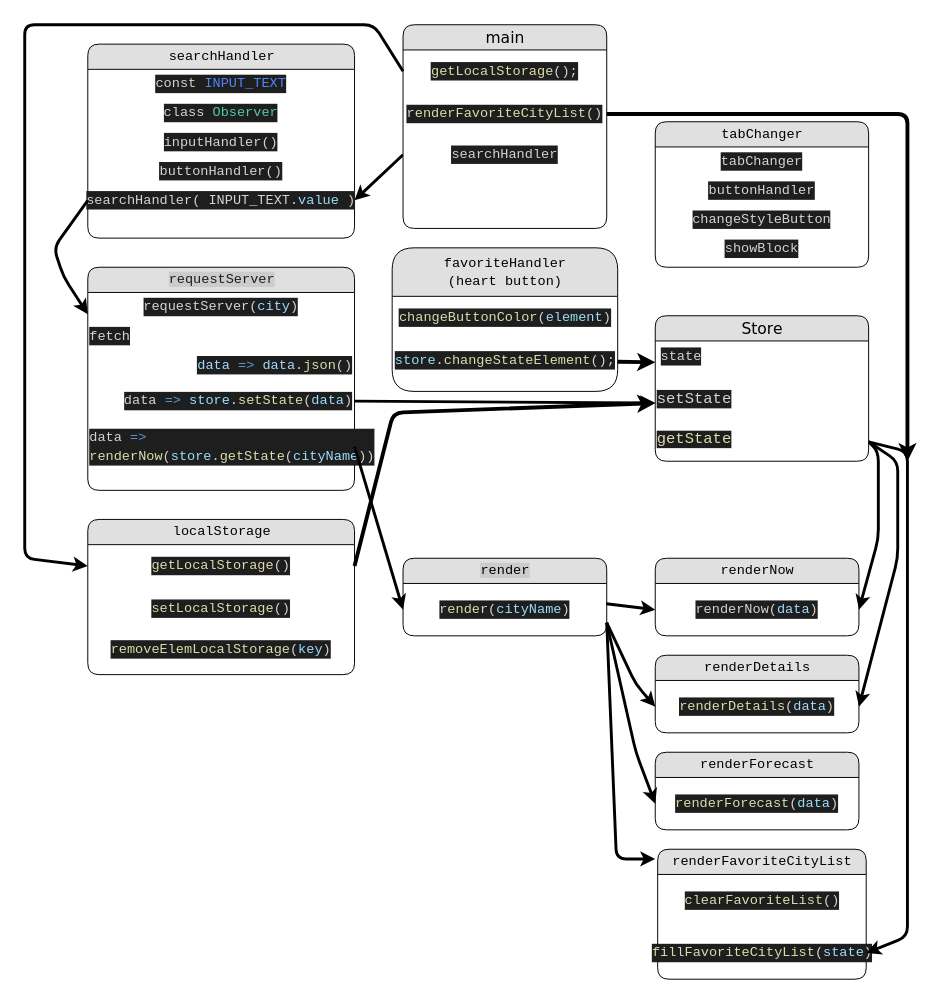
yrgenius/Strada.weather keeps this draw.io diagram as diagram.drawio. Above is the earlier version. Source tidied: cells renumbered, new cells numbered last; positions are measured from the earlier drawing's top-left corner, leaving out a move shared by most shapes. Both pictures are drawn from the tidied source at 97%, with x=0, y=0 at pixel (24, 24).
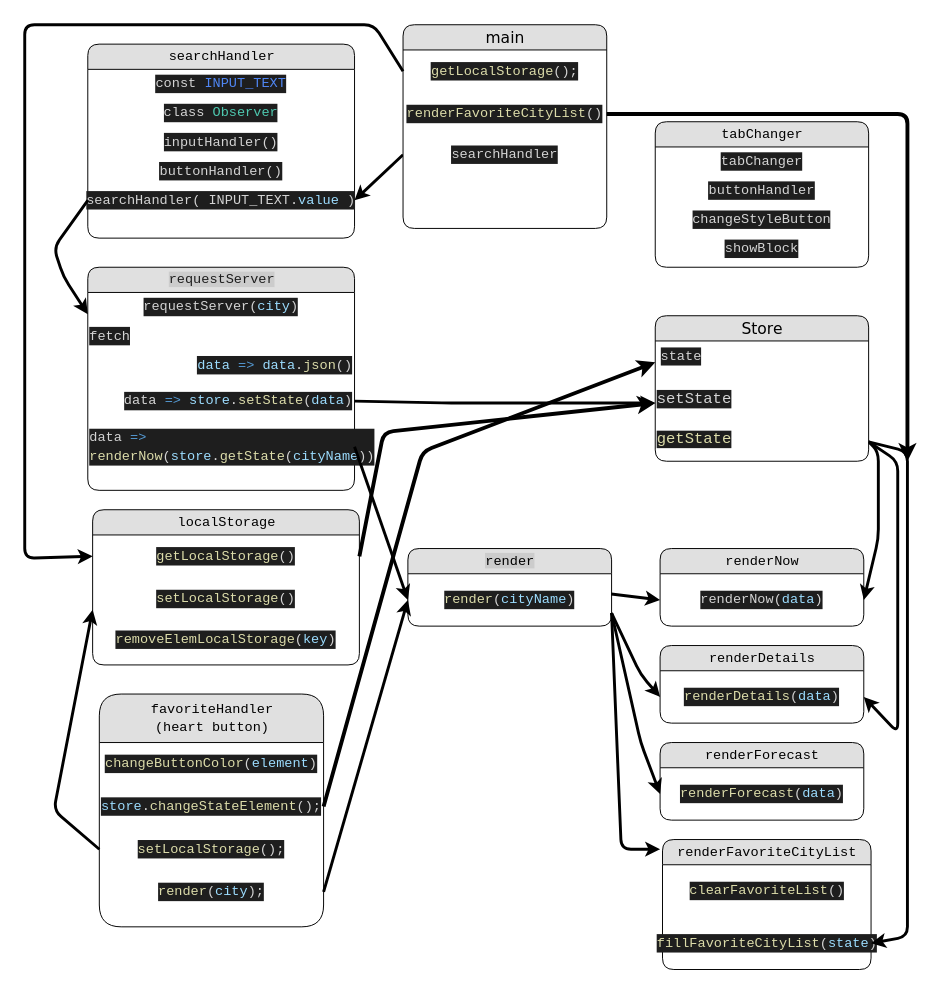
The same page after the edit.

Commit message (it also covers changes not shown here):
feat: add favorit city list

The change refers to these unchanged cells:
```xml
<mxCell id="17" value="&lt;div style=&quot;color: rgb(212, 212, 212); background-color: rgb(30, 30, 30); font-family: Consolas, &amp;quot;Courier New&amp;quot;, monospace; font-size: 14px; line-height: 19px;&quot;&gt;&lt;div style=&quot;line-height: 19px;&quot;&gt;&lt;div style=&quot;line-height: 19px;&quot;&gt;data &lt;span style=&quot;color: #569cd6;&quot;&gt;=&amp;gt;&lt;/span&gt; &lt;span style=&quot;color: #9cdcfe;&quot;&gt;store&lt;/span&gt;.&lt;span style=&quot;color: #dcdcaa;&quot;&gt;setState&lt;/span&gt;(&lt;span style=&quot;color: #9cdcfe;&quot;&gt;data&lt;/span&gt;)&lt;/div&gt;&lt;/div&gt;&lt;/div&gt;" style="text;html=1;strokeColor=none;fillColor=none;align=right;verticalAlign=middle;whiteSpace=wrap;rounded=0;strokeWidth=4;" parent="13" vertex="1">
  <mxGeometry y="116" width="275" height="44" as="geometry" />
</mxCell>
<mxCell id="20" value="&lt;div style=&quot;color: rgb(212, 212, 212); background-color: rgb(30, 30, 30); font-family: Consolas, &amp;quot;Courier New&amp;quot;, monospace; font-size: 14px; line-height: 19px;&quot;&gt;&lt;div style=&quot;line-height: 19px;&quot;&gt;&lt;div style=&quot;line-height: 19px;&quot;&gt;&lt;span style=&quot;color: #dcdcaa;&quot;&gt;render&lt;/span&gt;(&lt;span style=&quot;color: #9cdcfe;&quot;&gt;cityName&lt;/span&gt;)&lt;/div&gt;&lt;/div&gt;&lt;/div&gt;" style="text;html=1;strokeColor=none;fillColor=none;align=center;verticalAlign=middle;whiteSpace=wrap;rounded=0;strokeWidth=4;" parent="19" vertex="1">
  <mxGeometry y="26" width="210" height="54" as="geometry" />
</mxCell>
<mxCell id="29" value="&lt;div style=&quot;color: rgb(212, 212, 212); background-color: rgb(30, 30, 30); font-family: Consolas, &amp;quot;Courier New&amp;quot;, monospace; font-size: 14px; line-height: 19px;&quot;&gt;&lt;div style=&quot;line-height: 19px;&quot;&gt;&lt;div style=&quot;line-height: 19px;&quot;&gt;&lt;div style=&quot;line-height: 19px;&quot;&gt;&lt;span style=&quot;color: #dcdcaa;&quot;&gt;renderDetails&lt;/span&gt;(&lt;span style=&quot;color: #9cdcfe;&quot;&gt;data&lt;/span&gt;)&lt;/div&gt;&lt;/div&gt;&lt;/div&gt;&lt;/div&gt;" style="text;html=1;strokeColor=none;fillColor=none;align=center;verticalAlign=middle;whiteSpace=wrap;rounded=0;strokeWidth=4;" parent="28" vertex="1">
  <mxGeometry y="26" width="210" height="54" as="geometry" />
</mxCell>
<mxCell id="34" value="&lt;div style=&quot;color: rgb(212, 212, 212); background-color: rgb(30, 30, 30); font-family: Consolas, &amp;quot;Courier New&amp;quot;, monospace; font-size: 14px; line-height: 19px;&quot;&gt;state&lt;/div&gt;" style="text;html=1;strokeColor=none;fillColor=none;spacingLeft=4;spacingRight=4;whiteSpace=wrap;overflow=hidden;points=[[0,0.5],[1,0.5]];portConstraint=eastwest;" parent="33" vertex="1">
  <mxGeometry y="26" width="220" height="44" as="geometry" />
</mxCell>
<mxCell id="35" value="&lt;div style=&quot;color: rgb(212, 212, 212); background-color: rgb(30, 30, 30); font-family: Consolas, &amp;quot;Courier New&amp;quot;, monospace; font-weight: normal; font-size: 16px; line-height: 19px;&quot;&gt;&lt;div style=&quot;line-height: 19px; font-size: 16px;&quot;&gt;setState&lt;/div&gt;&lt;/div&gt;" style="text;whiteSpace=wrap;html=1;arcSize=12;fontSize=16;" parent="33" vertex="1">
  <mxGeometry y="70" width="220" height="40" as="geometry" />
</mxCell>
<mxCell id="36" value="&lt;div style=&quot;&quot;&gt;&lt;span style=&quot;background-color: rgb(30, 30, 30); color: rgb(220, 220, 170); font-family: Consolas, &amp;quot;Courier New&amp;quot;, monospace;&quot;&gt;getState&lt;/span&gt;&lt;/div&gt;" style="text;whiteSpace=wrap;html=1;arcSize=12;fontSize=16;align=left;" parent="33" vertex="1">
  <mxGeometry y="110" width="220" height="40" as="geometry" />
</mxCell>
<mxCell id="42" value="&lt;div style=&quot;color: rgb(212, 212, 212); background-color: rgb(30, 30, 30); font-family: Consolas, &amp;quot;Courier New&amp;quot;, monospace; font-size: 14px; line-height: 19px;&quot;&gt;&lt;div style=&quot;line-height: 19px;&quot;&gt;&lt;div style=&quot;line-height: 19px;&quot;&gt;&lt;div style=&quot;line-height: 19px;&quot;&gt;&lt;span style=&quot;color: #dcdcaa;&quot;&gt;getLocalStorage&lt;/span&gt;()&lt;/div&gt;&lt;/div&gt;&lt;/div&gt;&lt;/div&gt;" style="text;html=1;strokeColor=none;fillColor=none;align=center;verticalAlign=middle;whiteSpace=wrap;rounded=0;strokeWidth=4;" parent="41" vertex="1">
  <mxGeometry y="26" width="275" height="44" as="geometry" />
</mxCell>
<mxCell id="43" value="&lt;div style=&quot;color: rgb(212, 212, 212); background-color: rgb(30, 30, 30); font-family: Consolas, &amp;quot;Courier New&amp;quot;, monospace; font-size: 14px; line-height: 19px;&quot;&gt;&lt;div style=&quot;line-height: 19px;&quot;&gt;&lt;span style=&quot;color: #dcdcaa;&quot;&gt;setLocalStorage&lt;/span&gt;()&lt;/div&gt;&lt;/div&gt;" style="text;html=1;strokeColor=none;fillColor=none;align=center;verticalAlign=middle;whiteSpace=wrap;rounded=0;strokeWidth=4;" parent="41" vertex="1">
  <mxGeometry y="70" width="275" height="44" as="geometry" />
</mxCell>
<mxCell id="53" value="&lt;div style=&quot;color: rgb(212, 212, 212); background-color: rgb(30, 30, 30); font-family: Consolas, &amp;quot;Courier New&amp;quot;, monospace; font-size: 14px; line-height: 19px;&quot;&gt;&lt;div style=&quot;line-height: 19px;&quot;&gt;&lt;div style=&quot;line-height: 19px;&quot;&gt;&lt;div style=&quot;line-height: 19px;&quot;&gt;&lt;span style=&quot;color: #dcdcaa;&quot;&gt;renderForecast&lt;/span&gt;(&lt;span style=&quot;color: #9cdcfe;&quot;&gt;data&lt;/span&gt;)&lt;/div&gt;&lt;/div&gt;&lt;/div&gt;&lt;/div&gt;" style="text;html=1;strokeColor=none;fillColor=none;align=center;verticalAlign=middle;whiteSpace=wrap;rounded=0;strokeWidth=4;" parent="52" vertex="1">
  <mxGeometry y="26" width="210" height="54" as="geometry" />
</mxCell>
```

Change to the diagram source:
```diff
@@
     <mxCell id="19" value="&lt;div style=&quot;font-family: Consolas, &amp;quot;Courier New&amp;quot;, monospace; font-size: 14px; line-height: 19px;&quot;&gt;&lt;span style=&quot;background-color: rgb(204, 204, 204);&quot;&gt;&lt;font color=&quot;#000000&quot;&gt;render&lt;/font&gt;&lt;/span&gt;&lt;/div&gt;" style="swimlane;html=1;fontStyle=0;horizontal=1;startSize=26;fillColor=#e0e0e0;swimlaneFillColor=#ffffff;align=center;rounded=1;shadow=0;comic=0;labelBackgroundColor=none;strokeWidth=1;fontFamily=Verdana;fontSize=12;" parent="1" vertex="1">
-      <mxGeometry x="390" y="550" width="210" height="80" as="geometry" />
+      <mxGeometry x="395" y="540" width="210" height="80" as="geometry" />
     </mxCell>
@@
     <mxCell id="23" style="edgeStyle=none;html=1;exitX=1;exitY=0.5;exitDx=0;exitDy=0;strokeColor=#000000;strokeWidth=3;entryX=0;entryY=0.5;entryDx=0;entryDy=0;" parent="1" edge="1" source="17" target="35">
-      <mxGeometry relative="1" as="geometry" />
+      <mxGeometry relative="1" as="geometry">
+        <Array as="points">
+          <mxPoint x="440" y="390" />
+        </Array>
+      </mxGeometry>
     </mxCell>
@@
     <mxCell id="25" value="&lt;div style=&quot;font-family: Consolas, &amp;quot;Courier New&amp;quot;, monospace; font-size: 14px; line-height: 19px;&quot;&gt;&lt;font style=&quot;&quot; color=&quot;#000000&quot;&gt;renderNow&lt;/font&gt;&lt;/div&gt;" style="swimlane;html=1;fontStyle=0;horizontal=1;startSize=26;fillColor=#e0e0e0;swimlaneFillColor=#ffffff;align=center;rounded=1;shadow=0;comic=0;labelBackgroundColor=none;strokeWidth=1;fontFamily=Verdana;fontSize=12;" parent="1" vertex="1">
-      <mxGeometry x="650" y="550" width="210" height="80" as="geometry" />
+      <mxGeometry x="655" y="540" width="210" height="80" as="geometry" />
     </mxCell>
@@
     <mxCell id="28" value="&lt;div style=&quot;font-family: Consolas, &amp;quot;Courier New&amp;quot;, monospace; font-size: 14px; line-height: 19px;&quot;&gt;&lt;div style=&quot;line-height: 19px;&quot;&gt;&lt;font style=&quot;&quot; color=&quot;#000000&quot;&gt;renderDetails&lt;/font&gt;&lt;/div&gt;&lt;/div&gt;" style="swimlane;html=1;fontStyle=0;horizontal=1;startSize=26;fillColor=#e0e0e0;swimlaneFillColor=#ffffff;align=center;rounded=1;shadow=0;comic=0;labelBackgroundColor=none;strokeWidth=1;fontFamily=Verdana;fontSize=12;" parent="1" vertex="1">
-      <mxGeometry x="650" y="650" width="210" height="80" as="geometry" />
+      <mxGeometry x="655" y="640" width="210" height="80" as="geometry" />
     </mxCell>
@@
     <mxCell id="30" style="edgeStyle=none;html=1;exitX=1;exitY=0.75;exitDx=0;exitDy=0;entryX=0;entryY=0.5;entryDx=0;entryDy=0;strokeColor=#000000;strokeWidth=3;" parent="1" edge="1" source="20" target="29">
       <mxGeometry relative="1" as="geometry">
         <Array as="points">
-          <mxPoint x="630" y="680" />
+          <mxPoint x="635" y="670" />
         </Array>
       </mxGeometry>
     </mxCell>
@@
     <mxCell id="32" style="edgeStyle=none;html=1;exitX=1;exitY=0.5;exitDx=0;exitDy=0;entryX=1;entryY=0.5;entryDx=0;entryDy=0;strokeColor=#000000;strokeWidth=3;" parent="1" edge="1" source="36" target="29">
       <mxGeometry relative="1" as="geometry">
         <Array as="points">
           <mxPoint x="900" y="450" />
-          <mxPoint x="900" y="550" />
+          <mxPoint x="900" y="730" />
         </Array>
       </mxGeometry>
     </mxCell>
@@
     <mxCell id="41" value="&lt;div style=&quot;font-family: Consolas, &amp;quot;Courier New&amp;quot;, monospace; font-size: 14px; line-height: 19px;&quot;&gt;&lt;font color=&quot;#000000&quot;&gt;localStorage&lt;/font&gt;&lt;/div&gt;" style="swimlane;html=1;fontStyle=0;horizontal=1;startSize=26;fillColor=#e0e0e0;swimlaneFillColor=#ffffff;align=center;rounded=1;shadow=0;comic=0;labelBackgroundColor=none;strokeWidth=1;fontFamily=Verdana;fontSize=12;" parent="1" vertex="1">
-      <mxGeometry x="65" y="510" width="275" height="160" as="geometry" />
+      <mxGeometry x="70" y="500" width="275" height="160" as="geometry" />
     </mxCell>
@@
     <mxCell id="46" value="&lt;div style=&quot;font-family: Consolas, &amp;quot;Courier New&amp;quot;, monospace; font-size: 14px; line-height: 19px;&quot;&gt;&lt;div style=&quot;line-height: 19px;&quot;&gt;&lt;div style=&quot;line-height: 19px;&quot;&gt;&lt;font color=&quot;#000000&quot;&gt;renderFavoriteCityList&lt;/font&gt;&lt;/div&gt;&lt;/div&gt;&lt;/div&gt;" style="swimlane;html=1;fontStyle=0;horizontal=1;startSize=26;fillColor=#e0e0e0;swimlaneFillColor=#ffffff;align=center;rounded=1;shadow=0;comic=0;labelBackgroundColor=none;strokeWidth=1;fontFamily=Verdana;fontSize=12;" parent="1" vertex="1">
-      <mxGeometry x="652.5" y="850" width="215" height="134" as="geometry" />
+      <mxGeometry x="657.5" y="840" width="215" height="134" as="geometry" />
     </mxCell>
@@
     <mxCell id="49" style="edgeStyle=none;html=1;exitX=1;exitY=0.75;exitDx=0;exitDy=0;strokeColor=#000000;strokeWidth=3;" parent="1" edge="1" source="20">
       <mxGeometry relative="1" as="geometry">
-        <mxPoint x="650" y="860" as="targetPoint" />
+        <mxPoint x="655" y="850" as="targetPoint" />
         <Array as="points">
-          <mxPoint x="610" y="860" />
+          <mxPoint x="615" y="850" />
         </Array>
       </mxGeometry>
     </mxCell>
@@
     <mxCell id="52" value="&lt;div style=&quot;font-family: Consolas, &amp;quot;Courier New&amp;quot;, monospace; font-size: 14px; line-height: 19px;&quot;&gt;&lt;div style=&quot;line-height: 19px;&quot;&gt;&lt;font style=&quot;&quot; color=&quot;#000000&quot;&gt;renderForecast&lt;/font&gt;&lt;/div&gt;&lt;/div&gt;" style="swimlane;html=1;fontStyle=0;horizontal=1;startSize=26;fillColor=#e0e0e0;swimlaneFillColor=#ffffff;align=center;rounded=1;shadow=0;comic=0;labelBackgroundColor=none;strokeWidth=1;fontFamily=Verdana;fontSize=12;" parent="1" vertex="1">
-      <mxGeometry x="650" y="750" width="210" height="80" as="geometry" />
+      <mxGeometry x="655" y="740" width="210" height="80" as="geometry" />
     </mxCell>
@@
     <mxCell id="54" style="edgeStyle=none;html=1;exitX=1;exitY=0.75;exitDx=0;exitDy=0;entryX=0;entryY=0.5;entryDx=0;entryDy=0;strokeColor=#000000;strokeWidth=3;" parent="1" edge="1" source="20" target="53">
       <mxGeometry relative="1" as="geometry">
         <Array as="points">
-          <mxPoint x="630" y="750" />
+          <mxPoint x="635" y="740" />
         </Array>
       </mxGeometry>
     </mxCell>
     <mxCell id="55" value="&lt;div style=&quot;font-family: Consolas, &amp;quot;Courier New&amp;quot;, monospace; font-size: 14px; line-height: 19px;&quot;&gt;&lt;div style=&quot;line-height: 19px;&quot;&gt;&lt;font color=&quot;#000000&quot;&gt;favoriteHandler&lt;/font&gt;&lt;/div&gt;&lt;div style=&quot;line-height: 19px;&quot;&gt;&lt;font color=&quot;#000000&quot;&gt;(heart button)&lt;/font&gt;&lt;/div&gt;&lt;/div&gt;" style="swimlane;html=1;fontStyle=0;horizontal=1;startSize=50;fillColor=#e0e0e0;swimlaneFillColor=#ffffff;align=center;rounded=1;shadow=0;comic=0;labelBackgroundColor=none;strokeWidth=1;fontFamily=Verdana;fontSize=12;" parent="1" vertex="1">
-      <mxGeometry x="378.8" y="230" width="232.5" height="148" as="geometry" />
+      <mxGeometry x="76.9" y="690" width="231.2" height="240" as="geometry" />
     </mxCell>
     <mxCell id="56" value="&lt;div style=&quot;color: rgb(212, 212, 212); background-color: rgb(30, 30, 30); font-family: Consolas, &amp;quot;Courier New&amp;quot;, monospace; font-size: 14px; line-height: 19px;&quot;&gt;&lt;div style=&quot;line-height: 19px;&quot;&gt;&lt;div style=&quot;line-height: 19px;&quot;&gt;&lt;div style=&quot;line-height: 19px;&quot;&gt;&lt;div style=&quot;line-height: 19px;&quot;&gt;&lt;div style=&quot;line-height: 19px;&quot;&gt;&lt;span style=&quot;color: #dcdcaa;&quot;&gt;changeButtonColor&lt;/span&gt;(&lt;span style=&quot;color: #9cdcfe;&quot;&gt;element&lt;/span&gt;)&lt;/div&gt;&lt;/div&gt;&lt;/div&gt;&lt;/div&gt;&lt;/div&gt;&lt;/div&gt;" style="text;html=1;strokeColor=none;fillColor=none;align=center;verticalAlign=middle;whiteSpace=wrap;rounded=0;strokeWidth=4;" parent="55" vertex="1">
-      <mxGeometry y="50" width="232.5" height="44" as="geometry" />
+      <mxGeometry y="50" width="231.2" height="44" as="geometry" />
     </mxCell>
     <mxCell id="57" value="&lt;div style=&quot;color: rgb(212, 212, 212); background-color: rgb(30, 30, 30); font-family: Consolas, &amp;quot;Courier New&amp;quot;, monospace; font-size: 14px; line-height: 19px;&quot;&gt;&lt;div style=&quot;line-height: 19px;&quot;&gt;&lt;div style=&quot;line-height: 19px;&quot;&gt;&lt;span style=&quot;color: #9cdcfe;&quot;&gt;store&lt;/span&gt;.&lt;span style=&quot;color: #dcdcaa;&quot;&gt;changeStateElement&lt;/span&gt;();&lt;/div&gt;&lt;/div&gt;&lt;/div&gt;" style="text;html=1;strokeColor=none;fillColor=none;align=center;verticalAlign=middle;whiteSpace=wrap;rounded=0;strokeWidth=4;" parent="55" vertex="1">
-      <mxGeometry y="94" width="232.5" height="44" as="geometry" />
+      <mxGeometry y="94" width="231.2" height="44" as="geometry" />
     </mxCell>
+    <mxCell id="60" value="&lt;div style=&quot;color: rgb(212, 212, 212); background-color: rgb(30, 30, 30); font-family: Consolas, &amp;quot;Courier New&amp;quot;, monospace; font-size: 14px; line-height: 19px;&quot;&gt;&lt;div style=&quot;line-height: 19px;&quot;&gt;&lt;div style=&quot;line-height: 19px;&quot;&gt;&lt;div style=&quot;line-height: 19px;&quot;&gt;&lt;div style=&quot;line-height: 19px;&quot;&gt;&lt;div style=&quot;line-height: 19px;&quot;&gt;&lt;span style=&quot;color: #dcdcaa;&quot;&gt;setLocalStorage&lt;/span&gt;();&lt;/div&gt;&lt;/div&gt;&lt;/div&gt;&lt;/div&gt;&lt;/div&gt;&lt;/div&gt;" style="text;html=1;strokeColor=none;fillColor=none;align=center;verticalAlign=middle;whiteSpace=wrap;rounded=0;strokeWidth=4;" parent="55" vertex="1">
+      <mxGeometry y="138" width="231.2" height="44" as="geometry" />
+    </mxCell>
+    <mxCell id="61" value="&lt;div style=&quot;color: rgb(212, 212, 212); background-color: rgb(30, 30, 30); font-family: Consolas, &amp;quot;Courier New&amp;quot;, monospace; font-size: 14px; line-height: 19px;&quot;&gt;&lt;div style=&quot;line-height: 19px;&quot;&gt;&lt;div style=&quot;line-height: 19px;&quot;&gt;&lt;div style=&quot;line-height: 19px;&quot;&gt;&lt;span style=&quot;color: #dcdcaa;&quot;&gt;render&lt;/span&gt;(&lt;span style=&quot;color: #9cdcfe;&quot;&gt;city&lt;/span&gt;);&lt;/div&gt;&lt;/div&gt;&lt;/div&gt;&lt;/div&gt;" style="text;html=1;strokeColor=none;fillColor=none;align=center;verticalAlign=middle;whiteSpace=wrap;rounded=0;strokeWidth=4;" parent="55" vertex="1">
+      <mxGeometry y="182" width="231.2" height="44" as="geometry" />
+    </mxCell>
-    <mxCell id="58" style="edgeStyle=none;html=1;entryX=0;entryY=0.5;entryDx=0;entryDy=0;strokeColor=#000000;strokeWidth=4;fontColor=#000000;" parent="1" edge="1" source="57" target="34">
-      <mxGeometry relative="1" as="geometry" />
+    <mxCell id="58" style="edgeStyle=none;html=1;entryX=0;entryY=0.5;entryDx=0;entryDy=0;strokeColor=#000000;strokeWidth=4;fontColor=#000000;exitX=1;exitY=0.5;exitDx=0;exitDy=0;" parent="1" edge="1" source="57" target="34">
+      <mxGeometry relative="1" as="geometry">
+        <Array as="points">
+          <mxPoint x="410" y="440" />
+        </Array>
+      </mxGeometry>
     </mxCell>
     <mxCell id="59" style="edgeStyle=none;html=1;exitX=1;exitY=0.5;exitDx=0;exitDy=0;entryX=0;entryY=0.5;entryDx=0;entryDy=0;strokeWidth=4;strokeColor=#000000;" parent="1" edge="1" source="42" target="35">
       <mxGeometry relative="1" as="geometry">
         <Array as="points">
-          <mxPoint x="380" y="400" />
+          <mxPoint x="370" y="420" />
         </Array>
       </mxGeometry>
     </mxCell>
+    <mxCell id="62" style="edgeStyle=none;html=1;entryX=0;entryY=0.5;entryDx=0;entryDy=0;strokeColor=#000000;strokeWidth=3;exitX=1;exitY=0.5;exitDx=0;exitDy=0;" parent="1" edge="1" source="61" target="20">
+      <mxGeometry relative="1" as="geometry" />
+    </mxCell>
+    <mxCell id="63" style="edgeStyle=none;html=1;entryX=0;entryY=0.75;entryDx=0;entryDy=0;strokeColor=#000000;strokeWidth=3;exitX=0;exitY=0.5;exitDx=0;exitDy=0;" parent="1" edge="1" source="60" target="43">
+      <mxGeometry relative="1" as="geometry">
+        <Array as="points">
+          <mxPoint x="30" y="810" />
+        </Array>
+      </mxGeometry>
+    </mxCell>
```
